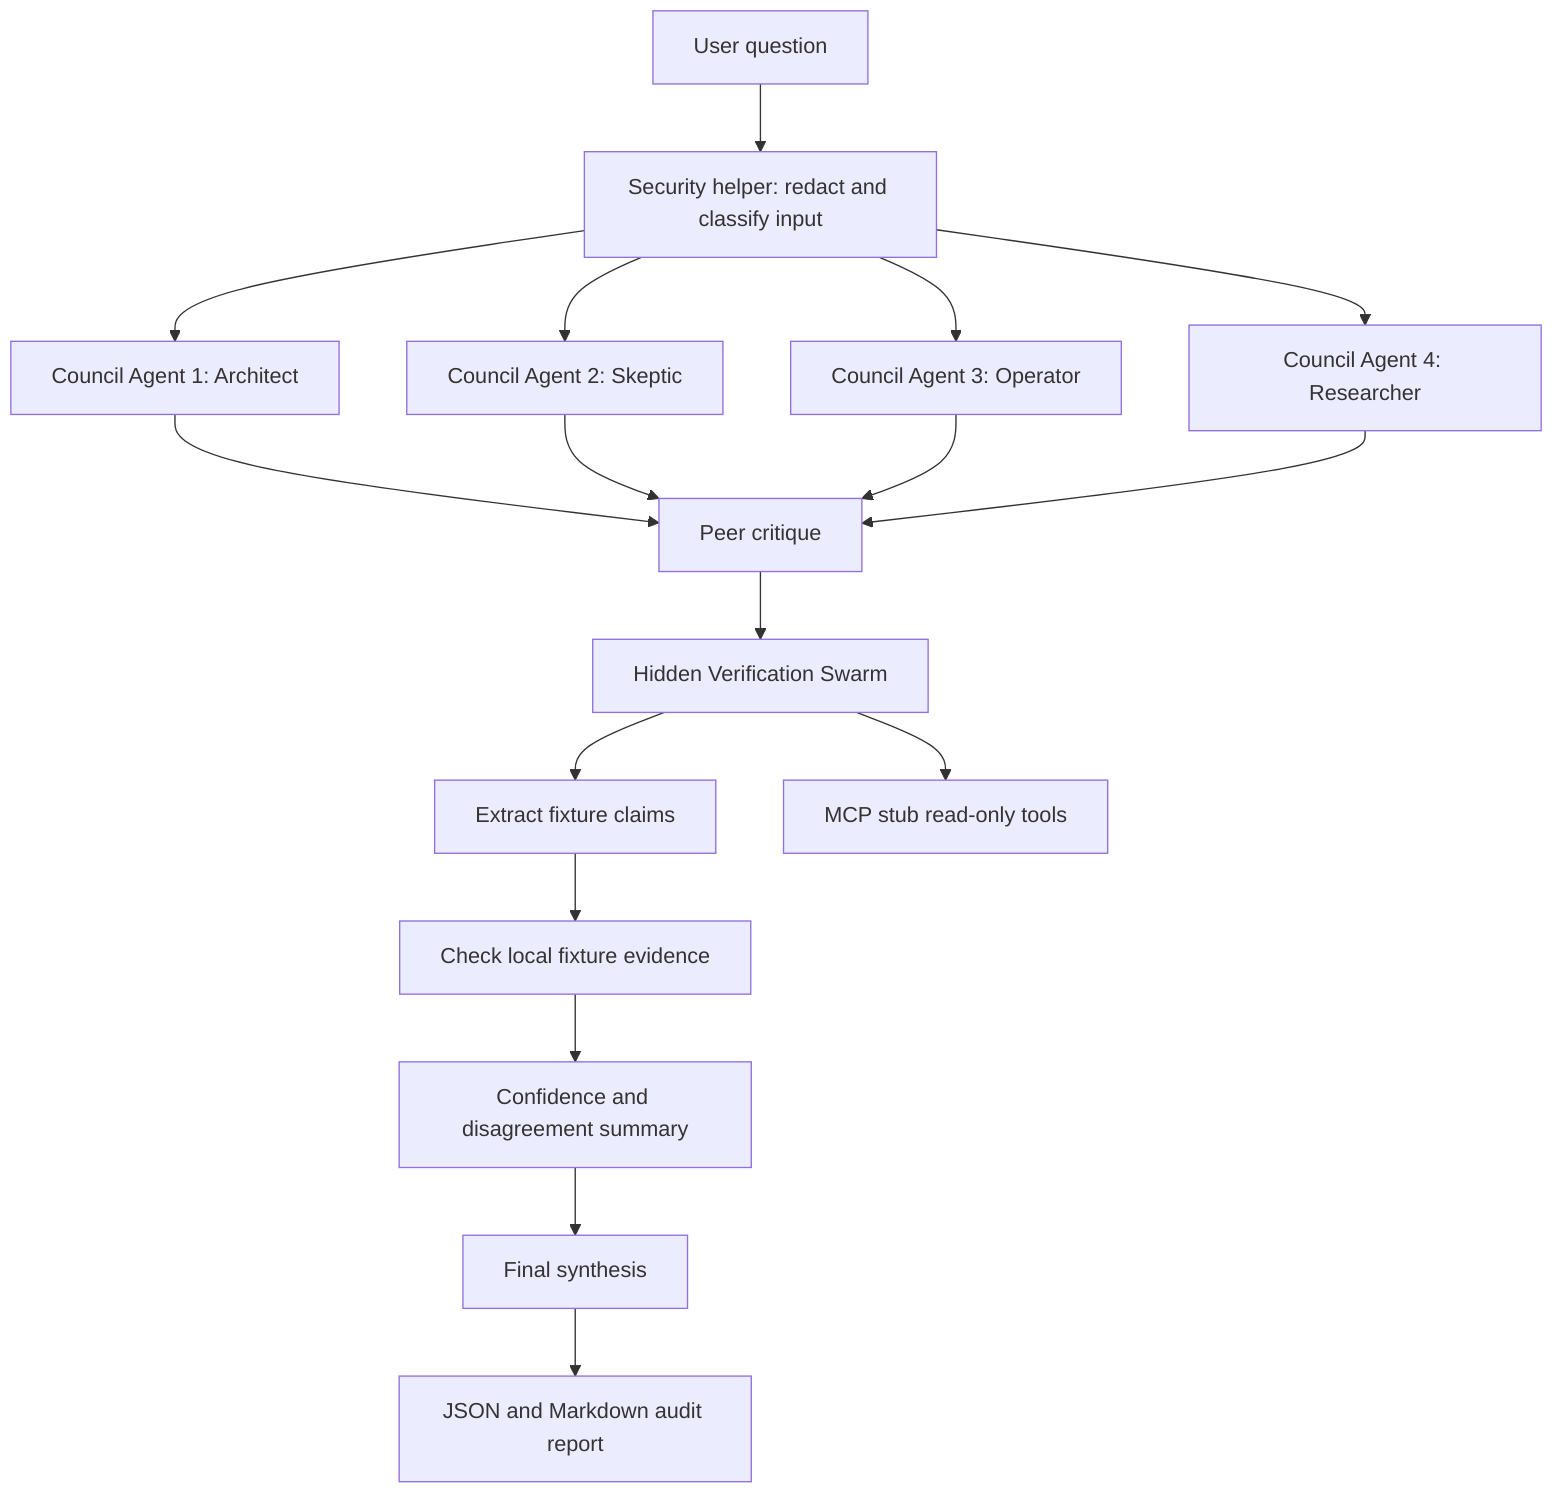
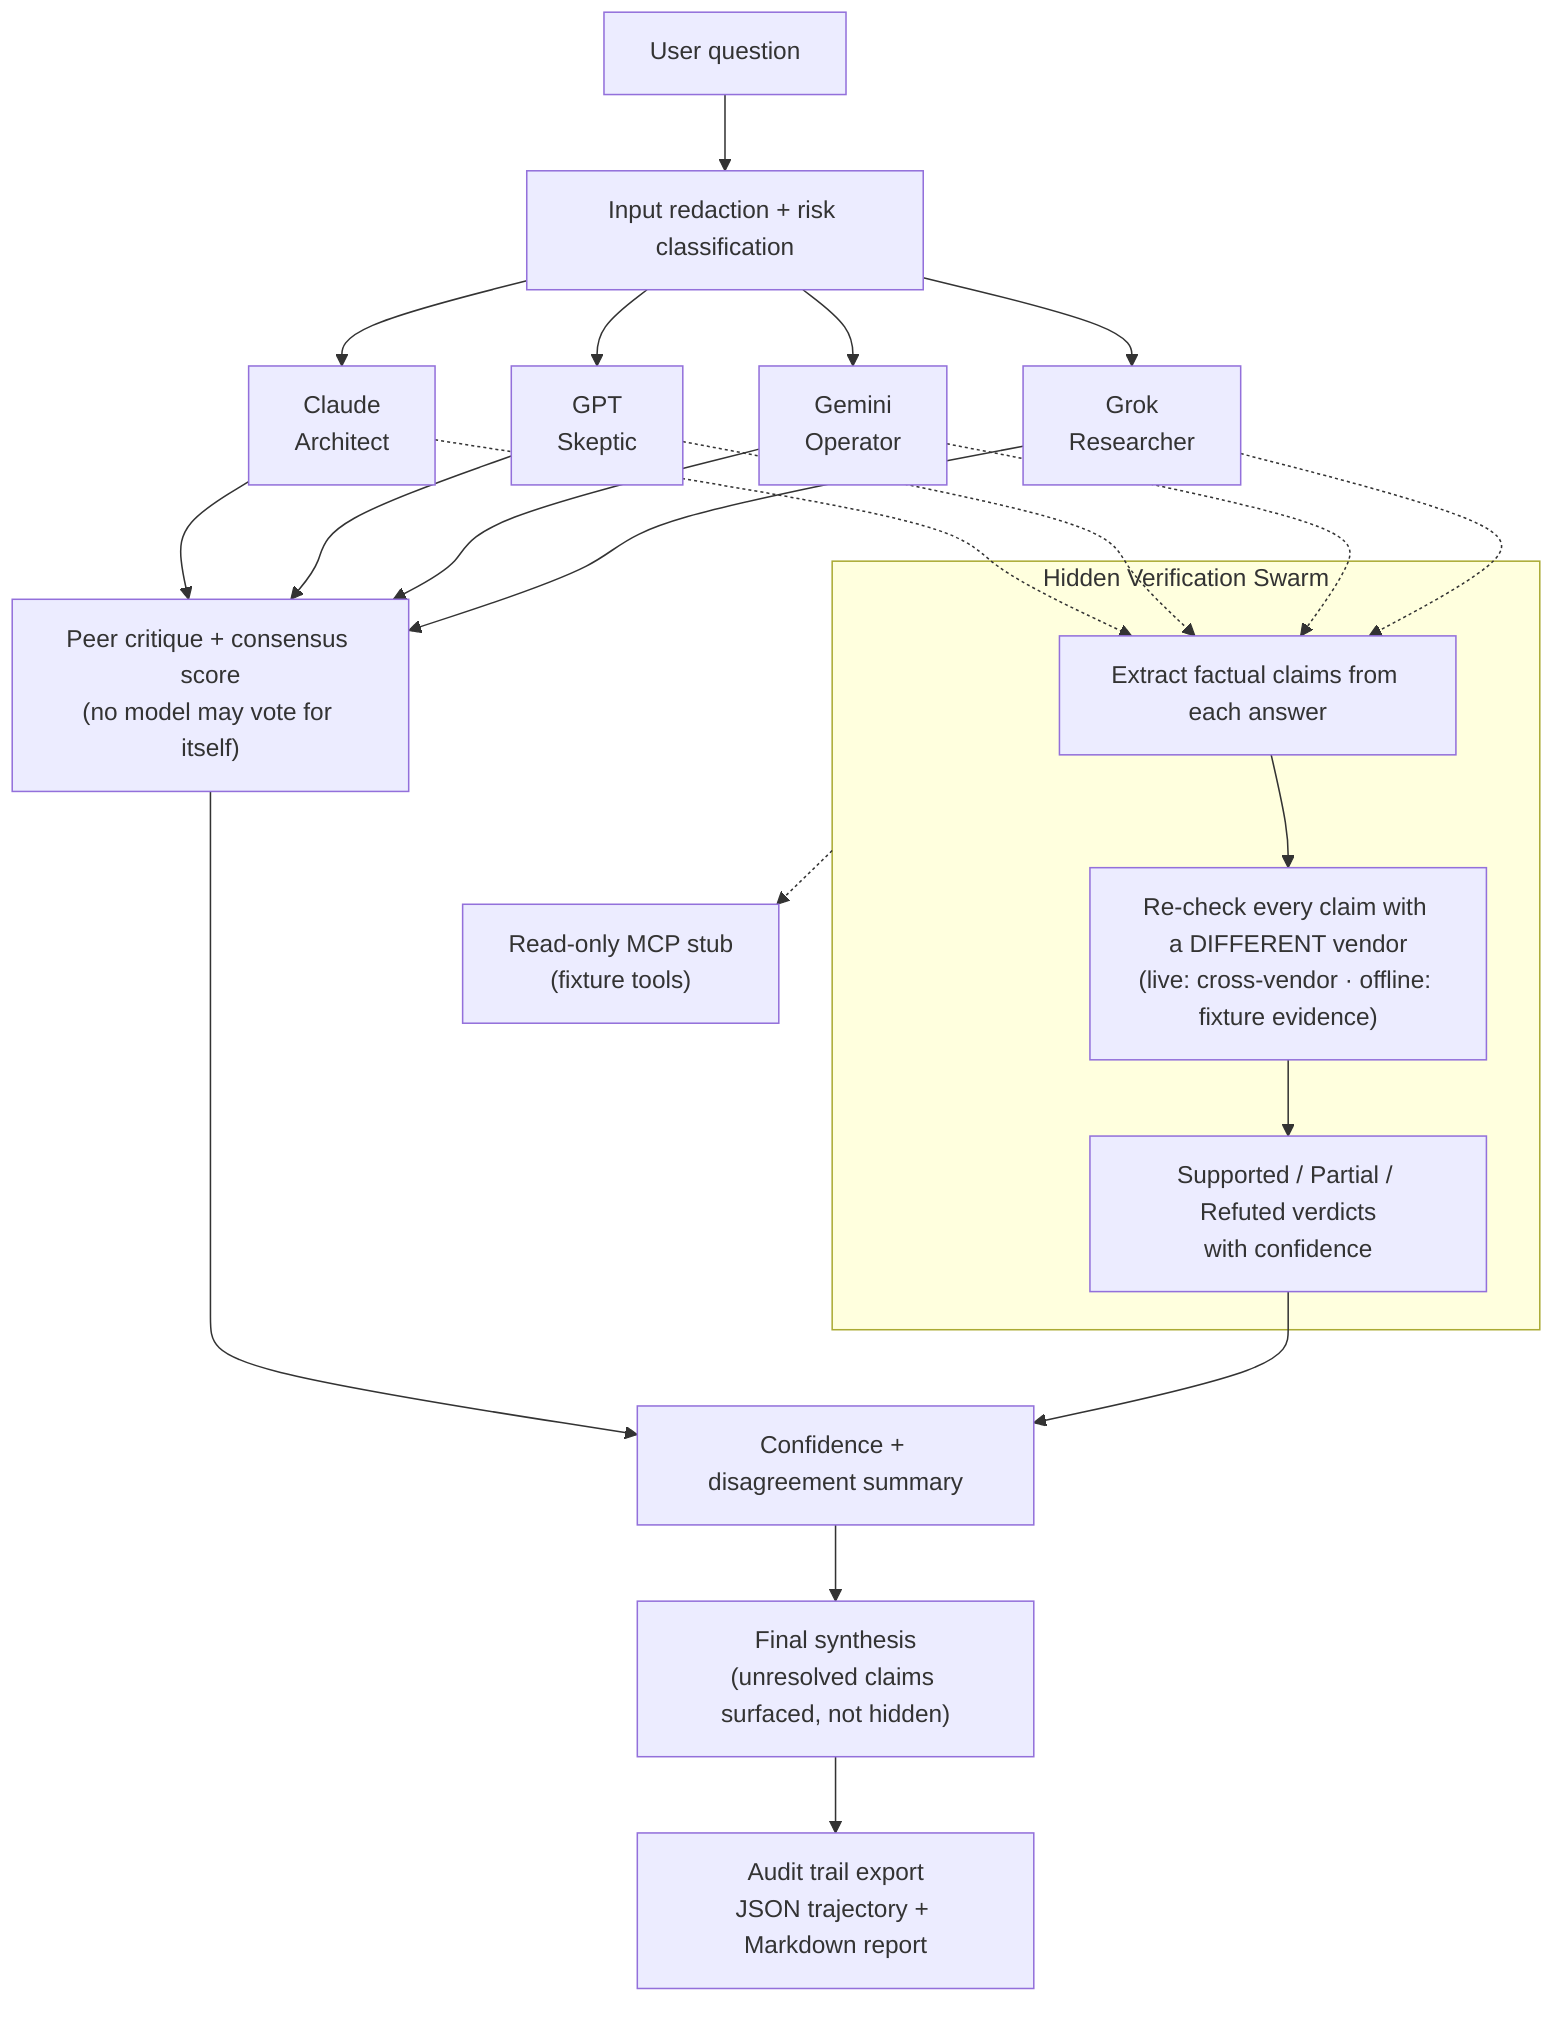
flowchart TD
-     A["User question"] --> B["Security helper: redact and classify input"]
-     B --> C["Council Agent 1: Architect"]
-     B --> D["Council Agent 2: Skeptic"]
-     B --> E["Council Agent 3: Operator"]
-     B --> F["Council Agent 4: Researcher"]
-     C --> G["Peer critique"]
+     A["User question"] --> B["Input redaction + risk classification"]
+     B --> C["Claude<br/>Architect"]
+     B --> D["GPT<br/>Skeptic"]
+     B --> E["Gemini<br/>Operator"]
+     B --> F["Grok<br/>Researcher"]
+     C --> G["Peer critique + consensus score<br/>(no model may vote for itself)"]
    D --> G
    E --> G
    F --> G
-     G --> H["Hidden Verification Swarm"]
-     H --> I["Extract fixture claims"]
-     I --> J["Check local fixture evidence"]
-     J --> K["Confidence and disagreement summary"]
-     K --> L["Final synthesis"]
-     L --> M["JSON and Markdown audit report"]
-     H --> N["MCP stub read-only tools"]
+     C -.-> H
+     D -.-> H
+     E -.-> H
+     F -.-> H
+     G --> K
+     subgraph S["Hidden Verification Swarm"]
+         H["Extract factual claims from each answer"]
+         H --> J["Re-check every claim with a DIFFERENT vendor<br/>(live: cross-vendor · offline: fixture evidence)"]
+         J --> V["Supported / Partial / Refuted verdicts<br/>with confidence"]
+     end
+     V --> K["Confidence + disagreement summary"]
+     K --> L["Final synthesis<br/>(unresolved claims surfaced, not hidden)"]
+     L --> M["Audit trail export<br/>JSON trajectory + Markdown report"]
+     S -.-> N["Read-only MCP stub<br/>(fixture tools)"]
